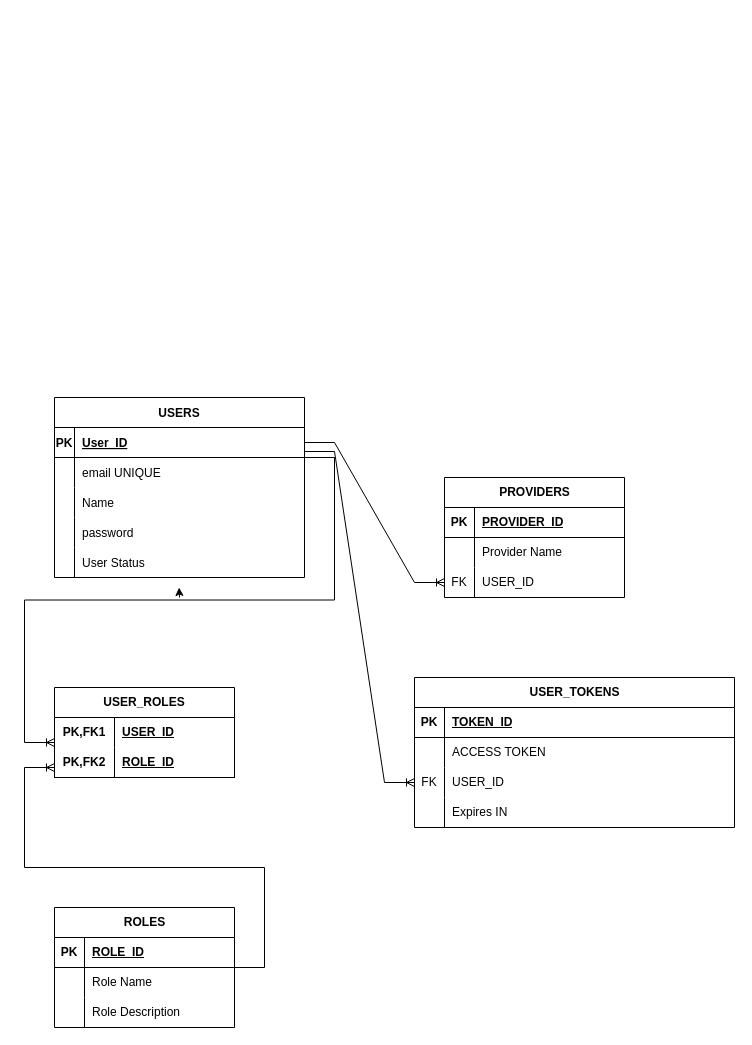
The draw.io diagram xplorishy_user_mgmt.drawio in ryada36/my-solutions-diagram, before the edit. Source tidied: cells renumbered, new cells numbered last; positions are measured from the earlier drawing's top-left corner, leaving out a move shared by most shapes. Both pictures are drawn from the tidied source at 100%, with x=0, y=0 at pixel (54, 397).
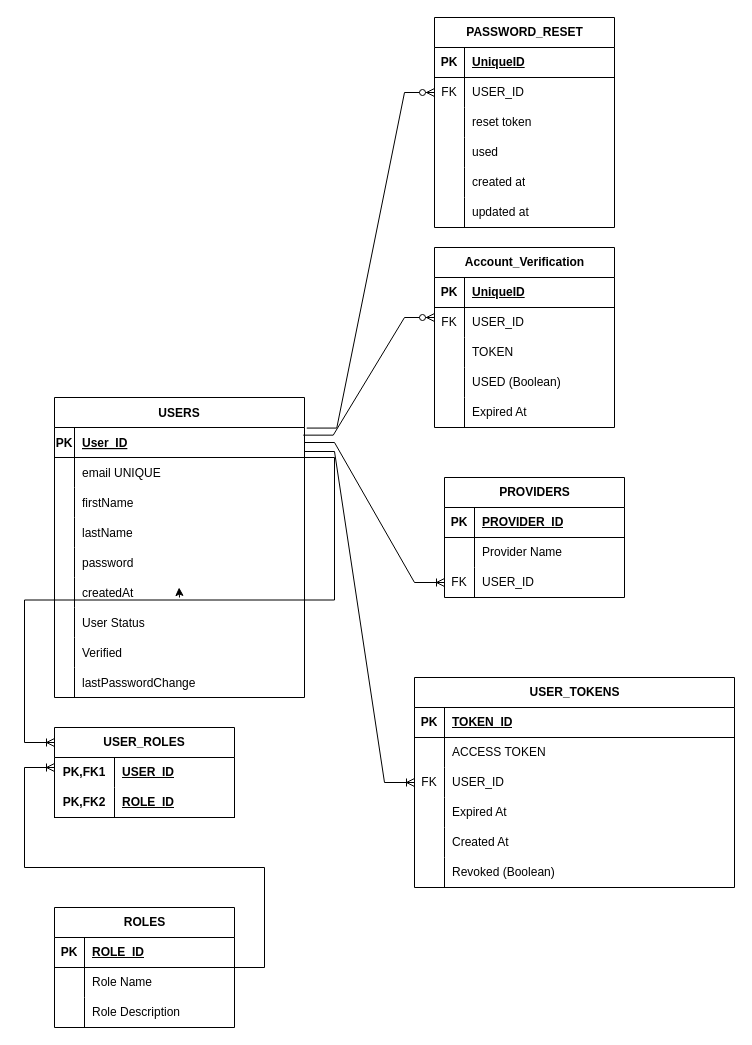
The same page after the edit.

The change refers to these unchanged cells:
```xml
<mxCell id="4" style="shape=partialRectangle;fillColor=none;points=[[0,0.5],[1,0.5]];portConstraint=eastwest;top=0;left=0;right=0;bottom=1;" parent="3" vertex="1">
  <mxGeometry y="30" width="250" height="30" as="geometry" />
</mxCell>
```

The edit, as a diff of the source:
```diff
@@
     <mxCell id="3" value="USERS" style="shape=table;startSize=30;childLayout=tableLayout;rowLines=0;fontStyle=1;align=center;" parent="1" vertex="1">
-      <mxGeometry width="250" height="180" as="geometry" />
+      <mxGeometry width="250" height="300" as="geometry" />
     </mxCell>
@@
+    <mxCell id="63" style="shape=partialRectangle;fillColor=none;top=0;left=0;right=0;bottom=0;" parent="3" vertex="1">
+      <mxGeometry y="90" width="250" height="30" as="geometry" />
+    </mxCell>
+    <mxCell id="64" style="shape=partialRectangle;overflow=hidden;fillColor=none;top=0;left=0;bottom=0;right=0;" parent="63" vertex="1">
+      <mxGeometry width="20" height="30" as="geometry" />
+    </mxCell>
+    <mxCell id="65" value="firstName" style="shape=partialRectangle;overflow=hidden;fillColor=none;top=0;left=0;bottom=0;right=0;align=left;spacingLeft=6;" parent="63" vertex="1">
+      <mxGeometry x="20" width="230" height="30" as="geometry" />
+    </mxCell>
     <mxCell id="10" style="shape=partialRectangle;fillColor=none;top=0;left=0;right=0;bottom=0;" parent="3" vertex="1">
-      <mxGeometry y="90" width="250" height="30" as="geometry" />
+      <mxGeometry y="120" width="250" height="30" as="geometry" />
     </mxCell>
@@
-    <mxCell id="12" value="Name" style="shape=partialRectangle;overflow=hidden;fillColor=none;top=0;left=0;bottom=0;right=0;align=left;spacingLeft=6;" parent="10" vertex="1">
+    <mxCell id="12" value="lastName" style="shape=partialRectangle;overflow=hidden;fillColor=none;top=0;left=0;bottom=0;right=0;align=left;spacingLeft=6;" parent="10" vertex="1">
       <mxGeometry x="20" width="230" height="30" as="geometry" />
     </mxCell>
     <mxCell id="13" style="shape=partialRectangle;fillColor=none;top=0;left=0;right=0;bottom=0;" parent="3" vertex="1">
-      <mxGeometry y="120" width="250" height="30" as="geometry" />
+      <mxGeometry y="150" width="250" height="30" as="geometry" />
     </mxCell>
@@
+    <mxCell id="66" style="shape=partialRectangle;fillColor=none;top=0;left=0;right=0;bottom=0;" parent="3" vertex="1">
+      <mxGeometry y="180" width="250" height="30" as="geometry" />
+    </mxCell>
+    <mxCell id="67" style="shape=partialRectangle;overflow=hidden;fillColor=none;top=0;left=0;bottom=0;right=0;" parent="66" vertex="1">
+      <mxGeometry width="20" height="30" as="geometry" />
+    </mxCell>
+    <mxCell id="68" value="createdAt" style="shape=partialRectangle;overflow=hidden;fillColor=none;top=0;left=0;bottom=0;right=0;align=left;spacingLeft=6;" parent="66" vertex="1">
+      <mxGeometry x="20" width="230" height="30" as="geometry" />
+    </mxCell>
+    <mxCell id="69" style="shape=partialRectangle;fillColor=none;top=0;left=0;right=0;bottom=0;" parent="3" vertex="1">
+      <mxGeometry y="210" width="250" height="30" as="geometry" />
+    </mxCell>
+    <mxCell id="70" style="shape=partialRectangle;overflow=hidden;fillColor=none;top=0;left=0;bottom=0;right=0;" parent="69" vertex="1">
+      <mxGeometry width="20" height="30" as="geometry" />
+    </mxCell>
+    <mxCell id="71" value="User Status" style="shape=partialRectangle;overflow=hidden;fillColor=none;top=0;left=0;bottom=0;right=0;align=left;spacingLeft=6;" parent="69" vertex="1">
+      <mxGeometry x="20" width="230" height="30" as="geometry" />
+    </mxCell>
+    <mxCell id="72" style="shape=partialRectangle;fillColor=none;top=0;left=0;right=0;bottom=0;" parent="3" vertex="1">
+      <mxGeometry y="240" width="250" height="30" as="geometry" />
+    </mxCell>
+    <mxCell id="73" style="shape=partialRectangle;overflow=hidden;fillColor=none;top=0;left=0;bottom=0;right=0;" parent="72" vertex="1">
+      <mxGeometry width="20" height="30" as="geometry" />
+    </mxCell>
+    <mxCell id="74" value="Verified" style="shape=partialRectangle;overflow=hidden;fillColor=none;top=0;left=0;bottom=0;right=0;align=left;spacingLeft=6;" parent="72" vertex="1">
+      <mxGeometry x="20" width="230" height="30" as="geometry" />
+    </mxCell>
     <mxCell id="16" style="shape=partialRectangle;fillColor=none;top=0;left=0;right=0;bottom=0;" parent="3" vertex="1">
-      <mxGeometry y="150" width="250" height="30" as="geometry" />
+      <mxGeometry y="270" width="250" height="30" as="geometry" />
     </mxCell>
@@
-    <mxCell id="18" value="User Status" style="shape=partialRectangle;overflow=hidden;fillColor=none;top=0;left=0;bottom=0;right=0;align=left;spacingLeft=6;" parent="16" vertex="1">
+    <mxCell id="18" value="lastPasswordChange" style="shape=partialRectangle;overflow=hidden;fillColor=none;top=0;left=0;bottom=0;right=0;align=left;spacingLeft=6;" parent="16" vertex="1">
       <mxGeometry x="20" width="230" height="30" as="geometry" />
     </mxCell>
@@
     <mxCell id="40" value="USER_TOKENS" style="shape=table;startSize=30;childLayout=tableLayout;rowLines=0;fontStyle=1;align=center;html=1;" parent="1" vertex="1">
-      <mxGeometry x="360" y="280" width="320" height="150" as="geometry" />
+      <mxGeometry x="360" y="280" width="320" height="210" as="geometry" />
     </mxCell>
@@
+    <mxCell id="75" style="shape=tableRow;horizontal=0;startSize=0;swimlaneHead=0;swimlaneBody=0;fillColor=none;top=0;left=0;right=0;bottom=0;" parent="40" vertex="1">
+      <mxGeometry y="120" width="320" height="30" as="geometry" />
+    </mxCell>
+    <mxCell id="76" style="shape=partialRectangle;fillColor=none;top=0;left=0;bottom=0;right=0;overflow=hidden;whiteSpace=wrap;html=1;" parent="75" vertex="1">
+      <mxGeometry width="30" height="30" as="geometry" />
+    </mxCell>
+    <mxCell id="77" value="Expired At" style="shape=partialRectangle;fillColor=none;top=0;left=0;bottom=0;right=0;align=left;spacingLeft=6;overflow=hidden;whiteSpace=wrap;html=1;" parent="75" vertex="1">
+      <mxGeometry x="30" width="290" height="30" as="geometry" />
+    </mxCell>
+    <mxCell id="78" style="shape=tableRow;horizontal=0;startSize=0;swimlaneHead=0;swimlaneBody=0;fillColor=none;top=0;left=0;right=0;bottom=0;" parent="40" vertex="1">
+      <mxGeometry y="150" width="320" height="30" as="geometry" />
+    </mxCell>
+    <mxCell id="79" style="shape=partialRectangle;fillColor=none;top=0;left=0;bottom=0;right=0;overflow=hidden;whiteSpace=wrap;html=1;" parent="78" vertex="1">
+      <mxGeometry width="30" height="30" as="geometry" />
+    </mxCell>
+    <mxCell id="80" value="Created At" style="shape=partialRectangle;fillColor=none;top=0;left=0;bottom=0;right=0;align=left;spacingLeft=6;overflow=hidden;whiteSpace=wrap;html=1;" parent="78" vertex="1">
+      <mxGeometry x="30" width="290" height="30" as="geometry" />
+    </mxCell>
     <mxCell id="50" style="shape=tableRow;horizontal=0;startSize=0;swimlaneHead=0;swimlaneBody=0;fillColor=none;top=0;left=0;right=0;bottom=0;" parent="40" vertex="1">
-      <mxGeometry y="120" width="320" height="30" as="geometry" />
+      <mxGeometry y="180" width="320" height="30" as="geometry" />
     </mxCell>
@@
-    <mxCell id="52" value="Expires IN" style="shape=partialRectangle;fillColor=none;top=0;left=0;bottom=0;right=0;align=left;spacingLeft=6;overflow=hidden;whiteSpace=wrap;html=1;" parent="50" vertex="1">
+    <mxCell id="52" value="Revoked (Boolean)" style="shape=partialRectangle;fillColor=none;top=0;left=0;bottom=0;right=0;align=left;spacingLeft=6;overflow=hidden;whiteSpace=wrap;html=1;" parent="50" vertex="1">
       <mxGeometry x="30" width="290" height="30" as="geometry" />
     </mxCell>
@@
     <mxCell id="54" value="USER_ROLES" style="shape=table;startSize=30;childLayout=tableLayout;rowLines=0;fontStyle=1;align=center;html=1;whiteSpace=wrap;" parent="1" vertex="1">
-      <mxGeometry y="290" width="180" height="90" as="geometry" />
+      <mxGeometry y="330" width="180" height="90" as="geometry" />
     </mxCell>
@@
+    <mxCell id="81" value="Account_Verification" style="shape=table;startSize=30;childLayout=tableLayout;rowLines=0;fontStyle=1;align=center;html=1;" parent="1" vertex="1">
+      <mxGeometry x="380" y="-150" width="180" height="180" as="geometry" />
+    </mxCell>
+    <mxCell id="82" style="shape=tableRow;horizontal=0;startSize=0;swimlaneHead=0;swimlaneBody=0;fillColor=none;top=0;left=0;right=0;bottom=1;" parent="81" vertex="1">
+      <mxGeometry y="30" width="180" height="30" as="geometry" />
+    </mxCell>
+    <mxCell id="83" value="PK" style="shape=partialRectangle;fillColor=none;top=0;left=0;bottom=0;right=0;fontStyle=1;overflow=hidden;whiteSpace=wrap;html=1;" parent="82" vertex="1">
+      <mxGeometry width="30" height="30" as="geometry" />
+    </mxCell>
+    <mxCell id="84" value="UniqueID" style="shape=partialRectangle;fillColor=none;top=0;left=0;bottom=0;right=0;align=left;spacingLeft=6;fontStyle=5;overflow=hidden;whiteSpace=wrap;html=1;" parent="82" vertex="1">
+      <mxGeometry x="30" width="150" height="30" as="geometry" />
+    </mxCell>
+    <mxCell id="85" style="shape=tableRow;horizontal=0;startSize=0;swimlaneHead=0;swimlaneBody=0;fillColor=none;top=0;left=0;right=0;bottom=0;" parent="81" vertex="1">
+      <mxGeometry y="60" width="180" height="30" as="geometry" />
+    </mxCell>
+    <mxCell id="86" value="FK" style="shape=partialRectangle;fillColor=none;top=0;left=0;bottom=0;right=0;overflow=hidden;whiteSpace=wrap;html=1;" parent="85" vertex="1">
+      <mxGeometry width="30" height="30" as="geometry" />
+    </mxCell>
+    <mxCell id="87" value="USER_ID" style="shape=partialRectangle;fillColor=none;top=0;left=0;bottom=0;right=0;align=left;spacingLeft=6;overflow=hidden;whiteSpace=wrap;html=1;" parent="85" vertex="1">
+      <mxGeometry x="30" width="150" height="30" as="geometry" />
+    </mxCell>
+    <mxCell id="88" style="shape=tableRow;horizontal=0;startSize=0;swimlaneHead=0;swimlaneBody=0;fillColor=none;top=0;left=0;right=0;bottom=0;" parent="81" vertex="1">
+      <mxGeometry y="90" width="180" height="30" as="geometry" />
+    </mxCell>
+    <mxCell id="89" style="shape=partialRectangle;fillColor=none;top=0;left=0;bottom=0;right=0;overflow=hidden;whiteSpace=wrap;html=1;" parent="88" vertex="1">
+      <mxGeometry width="30" height="30" as="geometry" />
+    </mxCell>
+    <mxCell id="90" value="TOKEN" style="shape=partialRectangle;fillColor=none;top=0;left=0;bottom=0;right=0;align=left;spacingLeft=6;overflow=hidden;whiteSpace=wrap;html=1;" parent="88" vertex="1">
+      <mxGeometry x="30" width="150" height="30" as="geometry" />
+    </mxCell>
+    <mxCell id="91" style="shape=tableRow;horizontal=0;startSize=0;swimlaneHead=0;swimlaneBody=0;fillColor=none;top=0;left=0;right=0;bottom=0;" parent="81" vertex="1">
+      <mxGeometry y="120" width="180" height="30" as="geometry" />
+    </mxCell>
+    <mxCell id="92" style="shape=partialRectangle;fillColor=none;top=0;left=0;bottom=0;right=0;overflow=hidden;whiteSpace=wrap;html=1;" parent="91" vertex="1">
+      <mxGeometry width="30" height="30" as="geometry" />
+    </mxCell>
+    <mxCell id="93" value="USED (Boolean)" style="shape=partialRectangle;fillColor=none;top=0;left=0;bottom=0;right=0;align=left;spacingLeft=6;overflow=hidden;whiteSpace=wrap;html=1;" parent="91" vertex="1">
+      <mxGeometry x="30" width="150" height="30" as="geometry" />
+    </mxCell>
+    <mxCell id="94" style="shape=tableRow;horizontal=0;startSize=0;swimlaneHead=0;swimlaneBody=0;fillColor=none;top=0;left=0;right=0;bottom=0;" parent="81" vertex="1">
+      <mxGeometry y="150" width="180" height="30" as="geometry" />
+    </mxCell>
+    <mxCell id="95" style="shape=partialRectangle;fillColor=none;top=0;left=0;bottom=0;right=0;overflow=hidden;whiteSpace=wrap;html=1;" parent="94" vertex="1">
+      <mxGeometry width="30" height="30" as="geometry" />
+    </mxCell>
+    <mxCell id="96" value="Expired At" style="shape=partialRectangle;fillColor=none;top=0;left=0;bottom=0;right=0;align=left;spacingLeft=6;overflow=hidden;whiteSpace=wrap;html=1;" parent="94" vertex="1">
+      <mxGeometry x="30" width="150" height="30" as="geometry" />
+    </mxCell>
+    <mxCell id="97" style="edgeStyle=entityRelationEdgeStyle;fontSize=12;html=1;endArrow=ERzeroToMany;endFill=1;rounded=0;exitX=0.995;exitY=0.255;exitDx=0;exitDy=0;exitPerimeter=0;" parent="1" edge="1" source="4">
+      <mxGeometry relative="1" as="geometry">
+        <mxPoint x="380" y="-80" as="targetPoint" />
+      </mxGeometry>
+    </mxCell>
+    <mxCell id="98" value="PASSWORD_RESET" style="shape=table;startSize=30;childLayout=tableLayout;rowLines=0;fontStyle=1;align=center;html=1;" parent="1" vertex="1">
+      <mxGeometry x="380" y="-380" width="180" height="210" as="geometry" />
+    </mxCell>
+    <mxCell id="99" style="shape=tableRow;horizontal=0;startSize=0;swimlaneHead=0;swimlaneBody=0;fillColor=none;top=0;left=0;right=0;bottom=1;" parent="98" vertex="1">
+      <mxGeometry y="30" width="180" height="30" as="geometry" />
+    </mxCell>
+    <mxCell id="100" value="PK" style="shape=partialRectangle;fillColor=none;top=0;left=0;bottom=0;right=0;fontStyle=1;overflow=hidden;whiteSpace=wrap;html=1;" parent="99" vertex="1">
+      <mxGeometry width="30" height="30" as="geometry" />
+    </mxCell>
+    <mxCell id="101" value="UniqueID" style="shape=partialRectangle;fillColor=none;top=0;left=0;bottom=0;right=0;align=left;spacingLeft=6;fontStyle=5;overflow=hidden;whiteSpace=wrap;html=1;" parent="99" vertex="1">
+      <mxGeometry x="30" width="150" height="30" as="geometry" />
+    </mxCell>
+    <mxCell id="102" style="shape=tableRow;horizontal=0;startSize=0;swimlaneHead=0;swimlaneBody=0;fillColor=none;points=[[0,0.5],[1,0.5]];portConstraint=eastwest;top=0;left=0;right=0;bottom=0;" parent="98" vertex="1">
+      <mxGeometry y="60" width="180" height="30" as="geometry" />
+    </mxCell>
+    <mxCell id="103" value="FK" style="shape=partialRectangle;fillColor=none;top=0;left=0;bottom=0;right=0;overflow=hidden;whiteSpace=wrap;html=1;" parent="102" vertex="1">
+      <mxGeometry width="30" height="30" as="geometry" />
+    </mxCell>
+    <mxCell id="104" value="USER_ID" style="shape=partialRectangle;fillColor=none;top=0;left=0;bottom=0;right=0;align=left;spacingLeft=6;overflow=hidden;whiteSpace=wrap;html=1;" parent="102" vertex="1">
+      <mxGeometry x="30" width="150" height="30" as="geometry" />
+    </mxCell>
+    <mxCell id="105" style="shape=tableRow;horizontal=0;startSize=0;swimlaneHead=0;swimlaneBody=0;fillColor=none;top=0;left=0;right=0;bottom=0;" parent="98" vertex="1">
+      <mxGeometry y="90" width="180" height="30" as="geometry" />
+    </mxCell>
+    <mxCell id="106" style="shape=partialRectangle;fillColor=none;top=0;left=0;bottom=0;right=0;overflow=hidden;whiteSpace=wrap;html=1;" parent="105" vertex="1">
+      <mxGeometry width="30" height="30" as="geometry" />
+    </mxCell>
+    <mxCell id="107" value="reset token" style="shape=partialRectangle;fillColor=none;top=0;left=0;bottom=0;right=0;align=left;spacingLeft=6;overflow=hidden;whiteSpace=wrap;html=1;" parent="105" vertex="1">
+      <mxGeometry x="30" width="150" height="30" as="geometry" />
+    </mxCell>
+    <mxCell id="108" style="shape=tableRow;horizontal=0;startSize=0;swimlaneHead=0;swimlaneBody=0;fillColor=none;top=0;left=0;right=0;bottom=0;" parent="98" vertex="1">
+      <mxGeometry y="120" width="180" height="30" as="geometry" />
+    </mxCell>
+    <mxCell id="109" style="shape=partialRectangle;fillColor=none;top=0;left=0;bottom=0;right=0;overflow=hidden;whiteSpace=wrap;html=1;" parent="108" vertex="1">
+      <mxGeometry width="30" height="30" as="geometry" />
+    </mxCell>
+    <mxCell id="110" value="used" style="shape=partialRectangle;fillColor=none;top=0;left=0;bottom=0;right=0;align=left;spacingLeft=6;overflow=hidden;whiteSpace=wrap;html=1;" parent="108" vertex="1">
+      <mxGeometry x="30" width="150" height="30" as="geometry" />
+    </mxCell>
+    <mxCell id="111" style="shape=tableRow;horizontal=0;startSize=0;swimlaneHead=0;swimlaneBody=0;fillColor=none;top=0;left=0;right=0;bottom=0;" parent="98" vertex="1">
+      <mxGeometry y="150" width="180" height="30" as="geometry" />
+    </mxCell>
+    <mxCell id="112" style="shape=partialRectangle;fillColor=none;top=0;left=0;bottom=0;right=0;overflow=hidden;whiteSpace=wrap;html=1;" parent="111" vertex="1">
+      <mxGeometry width="30" height="30" as="geometry" />
+    </mxCell>
+    <mxCell id="113" value="created at" style="shape=partialRectangle;fillColor=none;top=0;left=0;bottom=0;right=0;align=left;spacingLeft=6;overflow=hidden;whiteSpace=wrap;html=1;" parent="111" vertex="1">
+      <mxGeometry x="30" width="150" height="30" as="geometry" />
+    </mxCell>
+    <mxCell id="114" style="shape=tableRow;horizontal=0;startSize=0;swimlaneHead=0;swimlaneBody=0;fillColor=none;top=0;left=0;right=0;bottom=0;" parent="98" vertex="1">
+      <mxGeometry y="180" width="180" height="30" as="geometry" />
+    </mxCell>
+    <mxCell id="115" style="shape=partialRectangle;fillColor=none;top=0;left=0;bottom=0;right=0;overflow=hidden;whiteSpace=wrap;html=1;" parent="114" vertex="1">
+      <mxGeometry width="30" height="30" as="geometry" />
+    </mxCell>
+    <mxCell id="116" value="updated at" style="shape=partialRectangle;fillColor=none;top=0;left=0;bottom=0;right=0;align=left;spacingLeft=6;overflow=hidden;whiteSpace=wrap;html=1;" parent="114" vertex="1">
+      <mxGeometry x="30" width="150" height="30" as="geometry" />
+    </mxCell>
+    <mxCell id="117" style="edgeStyle=entityRelationEdgeStyle;fontSize=12;html=1;endArrow=ERzeroToMany;endFill=1;rounded=0;exitX=1.009;exitY=0.019;exitDx=0;exitDy=0;exitPerimeter=0;entryX=0;entryY=0.5;entryDx=0;entryDy=0;" parent="1" edge="1" source="4" target="102">
+      <mxGeometry relative="1" as="geometry" />
+    </mxCell>
```
